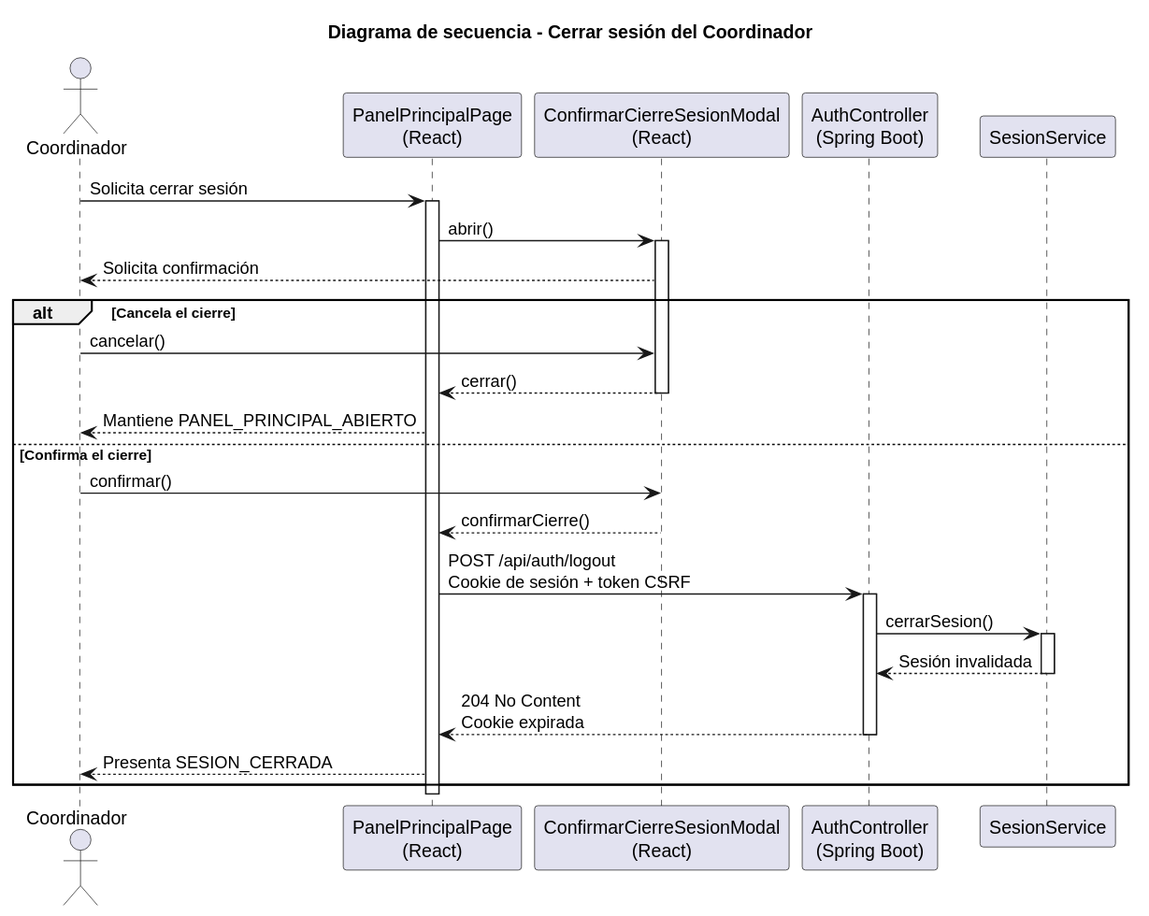
This is images/RUP/02-diseño/casos-uso/coordinador/cerrarSesion/secuencia.svg from beatriizorozco/25-26-idsw2-sdVC, a PlantUML export, as it was before one commit.
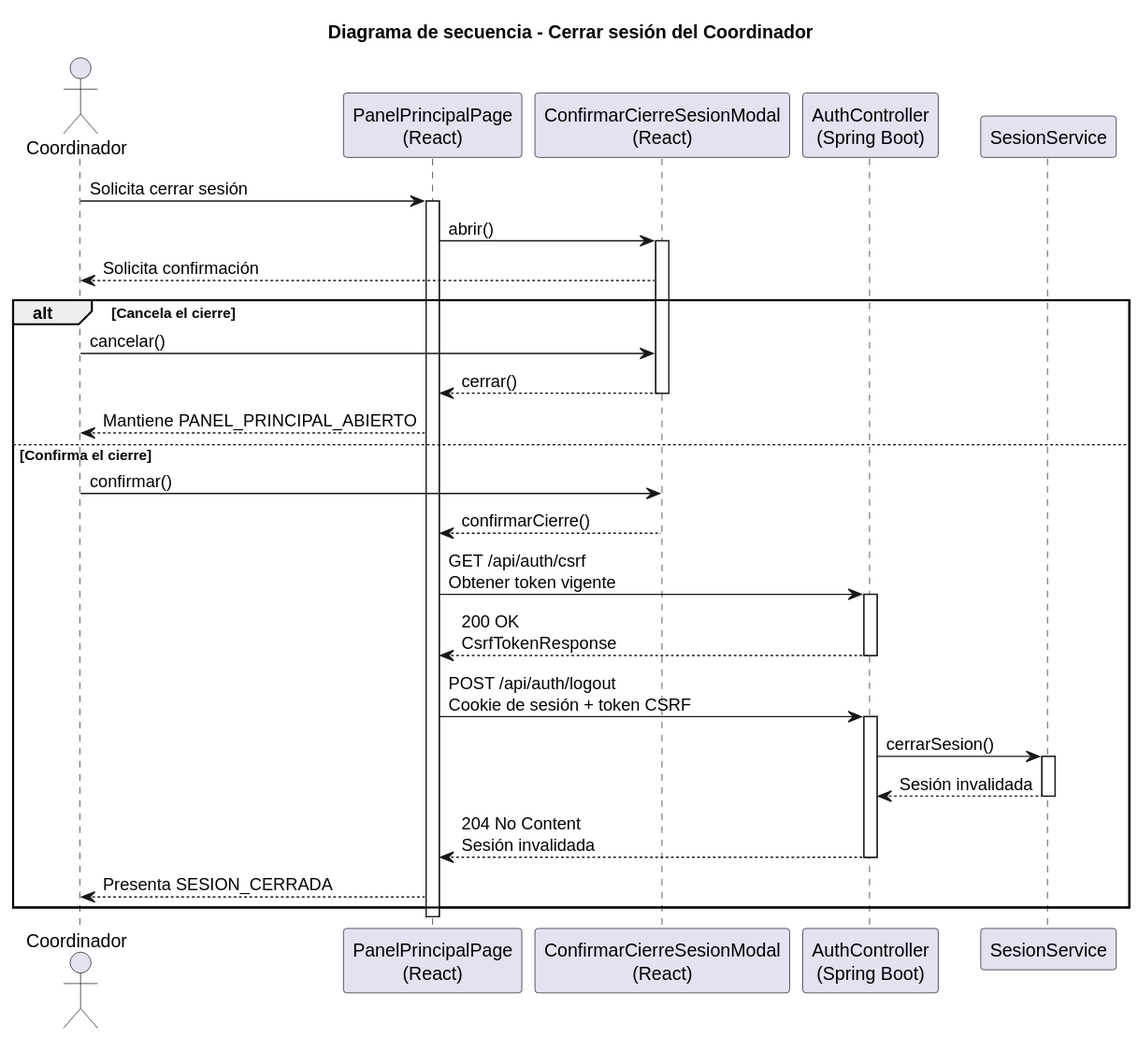
After the commit.

What changed in the source:
```diff
@@ -22,13 +22,17 @@
     Coordinador -> Modal: confirmar()
     Modal --> Frontend: confirmarCierre()
     deactivate Modal
+    Frontend -> Api: GET /api/auth/csrf\nObtener token vigente
+    activate Api
+    Api --> Frontend: 200 OK\nCsrfTokenResponse
+    deactivate Api
     Frontend -> Api: POST /api/auth/logout\nCookie de sesión + token CSRF
     activate Api
     Api -> Sesion: cerrarSesion()
     activate Sesion
     Sesion --> Api: Sesión invalidada
     deactivate Sesion
-    Api --> Frontend: 204 No Content\nCookie expirada
+    Api --> Frontend: 204 No Content\nSesión invalidada
     deactivate Api
     Frontend --> Coordinador: Presenta SESION_CERRADA
 end
```
